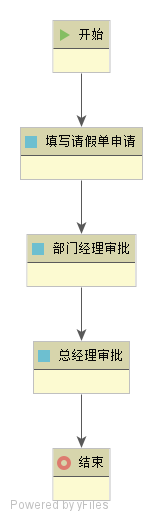
z13611306193/activiti7 keeps this BPMN diagram as src/main/resources/pic/holiday.png. Above is the earlier version. Its source is kept beside it as src/main/resources/pic/holiday.bpmn. Ids are renumbered.
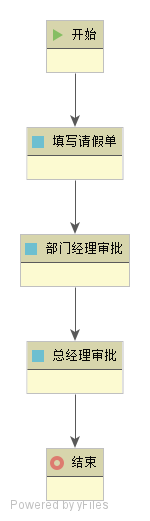
Later version of the same file.

The edit, as a diff of the source:
```diff
@@ -1,71 +1,71 @@
-<definitions xmlns="http://www.omg.org/spec/BPMN/20100524/MODEL" xmlns:activiti="http://activiti.org/bpmn" xmlns:bpmndi="http://www.omg.org/spec/BPMN/20100524/DI" xmlns:omgdc="http://www.omg.org/spec/DD/20100524/DC" xmlns:omgdi="http://www.omg.org/spec/DD/20100524/DI" xmlns:tns="http://www.activiti.org/test" xmlns:xsd="http://www.w3.org/2001/XMLSchema" xmlns:xsi="http://www.w3.org/2001/XMLSchema-instance" expressionLanguage="http://www.w3.org/1999/XPath" id="m1598588394949" name="" targetNamespace="http://www.activiti.org/test" typeLanguage="http://www.w3.org/2001/XMLSchema">
-  <process id="holiday" isClosed="false" isExecutable="true" name="请假申请流程" processType="None">
+<definitions xmlns="http://www.omg.org/spec/BPMN/20100524/MODEL" xmlns:activiti="http://activiti.org/bpmn" xmlns:bpmndi="http://www.omg.org/spec/BPMN/20100524/DI" xmlns:omgdc="http://www.omg.org/spec/DD/20100524/DC" xmlns:omgdi="http://www.omg.org/spec/DD/20100524/DI" xmlns:tns="http://www.activiti.org/test" xmlns:xsd="http://www.w3.org/2001/XMLSchema" xmlns:xsi="http://www.w3.org/2001/XMLSchema-instance" expressionLanguage="http://www.w3.org/1999/XPath" id="m1599307434771" name="" targetNamespace="http://www.activiti.org/test" typeLanguage="http://www.w3.org/2001/XMLSchema">
+  <process id="holiday" isClosed="false" isExecutable="true" processType="None">
     <startEvent id="_2" name="开始"/>
-    <userTask activiti:assignee="zhangsan" activiti:exclusive="true" id="_3" name="填写请假单申请"/>
-    <userTask activiti:assignee="lisi" activiti:exclusive="true" id="_4" name="部门经理审批"/>
-    <userTask activiti:assignee="wangwu" activiti:exclusive="true" id="_5" name="总经理审批"/>
-    <endEvent id="_6" name="结束"/>
-    <sequenceFlow id="_7" sourceRef="_2" targetRef="_3"/>
-    <sequenceFlow id="_8" sourceRef="_3" targetRef="_4"/>
-    <sequenceFlow id="_9" sourceRef="_4" targetRef="_5"/>
-    <sequenceFlow id="_10" sourceRef="_5" targetRef="_6"/>
+    <endEvent id="_3" name="结束"/>
+    <userTask activiti:assignee="${assignee0}" activiti:exclusive="true" id="_4" name="填写请假单"/>
+    <userTask activiti:assignee="${assignee1}" activiti:exclusive="true" id="_5" name="部门经理审批"/>
+    <userTask activiti:assignee="{assignee2}" activiti:exclusive="true" id="_6" name="总经理审批"/>
+    <sequenceFlow id="_7" sourceRef="_2" targetRef="_4"/>
+    <sequenceFlow id="_8" sourceRef="_4" targetRef="_5"/>
+    <sequenceFlow id="_9" sourceRef="_5" targetRef="_6"/>
+    <sequenceFlow id="_10" sourceRef="_6" targetRef="_3"/>
   </process>
   <bpmndi:BPMNDiagram documentation="background=#FFFFFF;count=1;horizontalcount=1;orientation=0;width=842.4;height=1195.2;imageableWidth=832.4;imageableHeight=1185.2;imageableX=5.0;imageableY=5.0" id="Diagram-_1" name="New Diagram">
     <bpmndi:BPMNPlane bpmnElement="holiday">
       <bpmndi:BPMNShape bpmnElement="_2" id="Shape-_2">
-        <omgdc:Bounds height="32.0" width="32.0" x="265.0" y="80.0"/>
+        <omgdc:Bounds height="32.0" width="32.0" x="250.0" y="35.0"/>
         <bpmndi:BPMNLabel>
           <omgdc:Bounds height="32.0" width="32.0" x="0.0" y="0.0"/>
         </bpmndi:BPMNLabel>
       </bpmndi:BPMNShape>
       <bpmndi:BPMNShape bpmnElement="_3" id="Shape-_3">
-        <omgdc:Bounds height="55.0" width="85.0" x="235.0" y="165.0"/>
+        <omgdc:Bounds height="32.0" width="32.0" x="240.0" y="455.0"/>
         <bpmndi:BPMNLabel>
-          <omgdc:Bounds height="55.0" width="85.0" x="0.0" y="0.0"/>
+          <omgdc:Bounds height="32.0" width="32.0" x="0.0" y="0.0"/>
         </bpmndi:BPMNLabel>
       </bpmndi:BPMNShape>
       <bpmndi:BPMNShape bpmnElement="_4" id="Shape-_4">
-        <omgdc:Bounds height="55.0" width="85.0" x="235.0" y="280.0"/>
+        <omgdc:Bounds height="55.0" width="85.0" x="230.0" y="120.0"/>
         <bpmndi:BPMNLabel>
           <omgdc:Bounds height="55.0" width="85.0" x="0.0" y="0.0"/>
         </bpmndi:BPMNLabel>
       </bpmndi:BPMNShape>
       <bpmndi:BPMNShape bpmnElement="_5" id="Shape-_5">
-        <omgdc:Bounds height="55.0" width="85.0" x="235.0" y="380.0"/>
+        <omgdc:Bounds height="55.0" width="85.0" x="225.0" y="215.0"/>
         <bpmndi:BPMNLabel>
           <omgdc:Bounds height="55.0" width="85.0" x="0.0" y="0.0"/>
         </bpmndi:BPMNLabel>
       </bpmndi:BPMNShape>
       <bpmndi:BPMNShape bpmnElement="_6" id="Shape-_6">
-        <omgdc:Bounds height="32.0" width="32.0" x="260.0" y="495.0"/>
+        <omgdc:Bounds height="55.0" width="85.0" x="225.0" y="335.0"/>
         <bpmndi:BPMNLabel>
-          <omgdc:Bounds height="32.0" width="32.0" x="0.0" y="0.0"/>
+          <omgdc:Bounds height="55.0" width="85.0" x="0.0" y="0.0"/>
         </bpmndi:BPMNLabel>
       </bpmndi:BPMNShape>
-      <bpmndi:BPMNEdge bpmnElement="_7" id="BPMNEdge__7" sourceElement="_2" targetElement="_3">
-        <omgdi:waypoint x="281.0" y="112.0"/>
-        <omgdi:waypoint x="281.0" y="165.0"/>
+      <bpmndi:BPMNEdge bpmnElement="_7" id="BPMNEdge__7" sourceElement="_2" targetElement="_4">
+        <omgdi:waypoint x="266.0" y="67.0"/>
+        <omgdi:waypoint x="266.0" y="120.0"/>
         <bpmndi:BPMNLabel>
           <omgdc:Bounds height="0.0" width="0.0" x="0.0" y="0.0"/>
         </bpmndi:BPMNLabel>
       </bpmndi:BPMNEdge>
-      <bpmndi:BPMNEdge bpmnElement="_8" id="BPMNEdge__8" sourceElement="_3" targetElement="_4">
-        <omgdi:waypoint x="277.5" y="220.0"/>
-        <omgdi:waypoint x="277.5" y="280.0"/>
+      <bpmndi:BPMNEdge bpmnElement="_8" id="BPMNEdge__8" sourceElement="_4" targetElement="_5">
+        <omgdi:waypoint x="270.0" y="175.0"/>
+        <omgdi:waypoint x="270.0" y="215.0"/>
         <bpmndi:BPMNLabel>
           <omgdc:Bounds height="0.0" width="0.0" x="0.0" y="0.0"/>
         </bpmndi:BPMNLabel>
       </bpmndi:BPMNEdge>
-      <bpmndi:BPMNEdge bpmnElement="_9" id="BPMNEdge__9" sourceElement="_4" targetElement="_5">
-        <omgdi:waypoint x="277.5" y="335.0"/>
-        <omgdi:waypoint x="277.5" y="380.0"/>
+      <bpmndi:BPMNEdge bpmnElement="_9" id="BPMNEdge__9" sourceElement="_5" targetElement="_6">
+        <omgdi:waypoint x="267.5" y="270.0"/>
+        <omgdi:waypoint x="267.5" y="335.0"/>
         <bpmndi:BPMNLabel>
           <omgdc:Bounds height="0.0" width="0.0" x="0.0" y="0.0"/>
         </bpmndi:BPMNLabel>
       </bpmndi:BPMNEdge>
-      <bpmndi:BPMNEdge bpmnElement="_10" id="BPMNEdge__10" sourceElement="_5" targetElement="_6">
-        <omgdi:waypoint x="276.0" y="435.0"/>
-        <omgdi:waypoint x="276.0" y="495.0"/>
+      <bpmndi:BPMNEdge bpmnElement="_10" id="BPMNEdge__10" sourceElement="_6" targetElement="_3">
+        <omgdi:waypoint x="256.0" y="390.0"/>
+        <omgdi:waypoint x="256.0" y="455.0"/>
         <bpmndi:BPMNLabel>
           <omgdc:Bounds height="0.0" width="0.0" x="0.0" y="0.0"/>
         </bpmndi:BPMNLabel>
```
